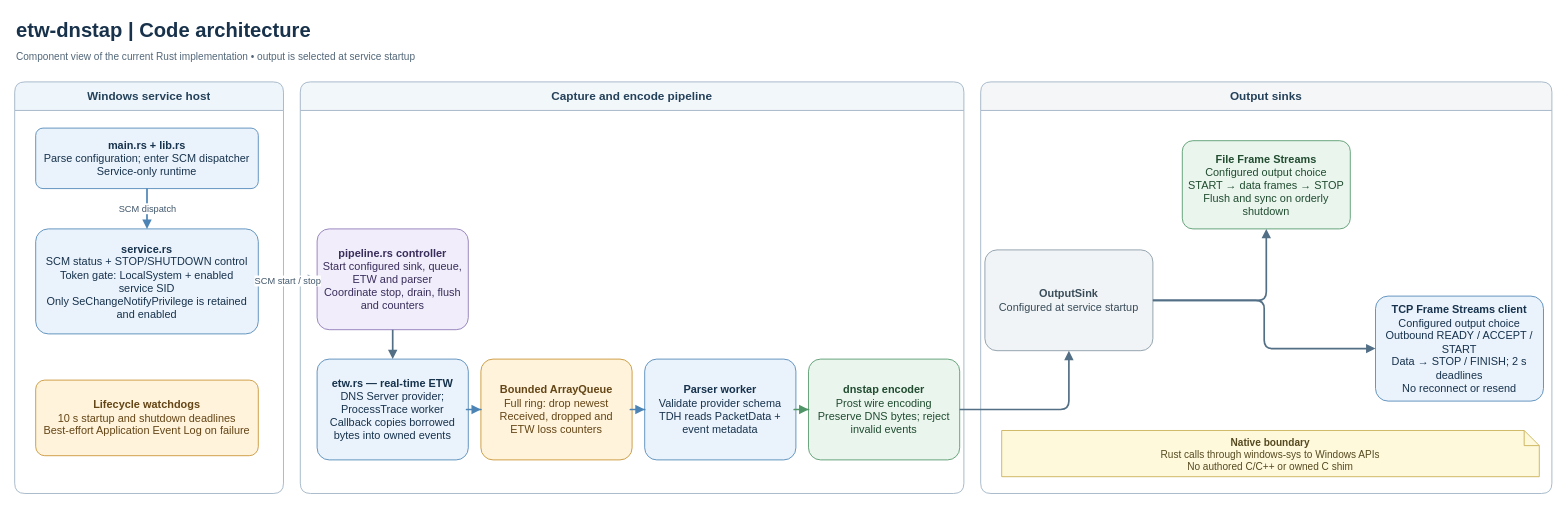
miketheitguy/etw-dnstap keeps this draw.io diagram as docs/diagrams/code-architecture.drawio. Above is the earlier version. Source tidied: cells renumbered, new cells numbered last; positions are measured from the earlier drawing's top-left corner, leaving out a move shared by most shapes. Both pictures are drawn from the tidied source at 84%, with x=0, y=0 at pixel (14, 14).
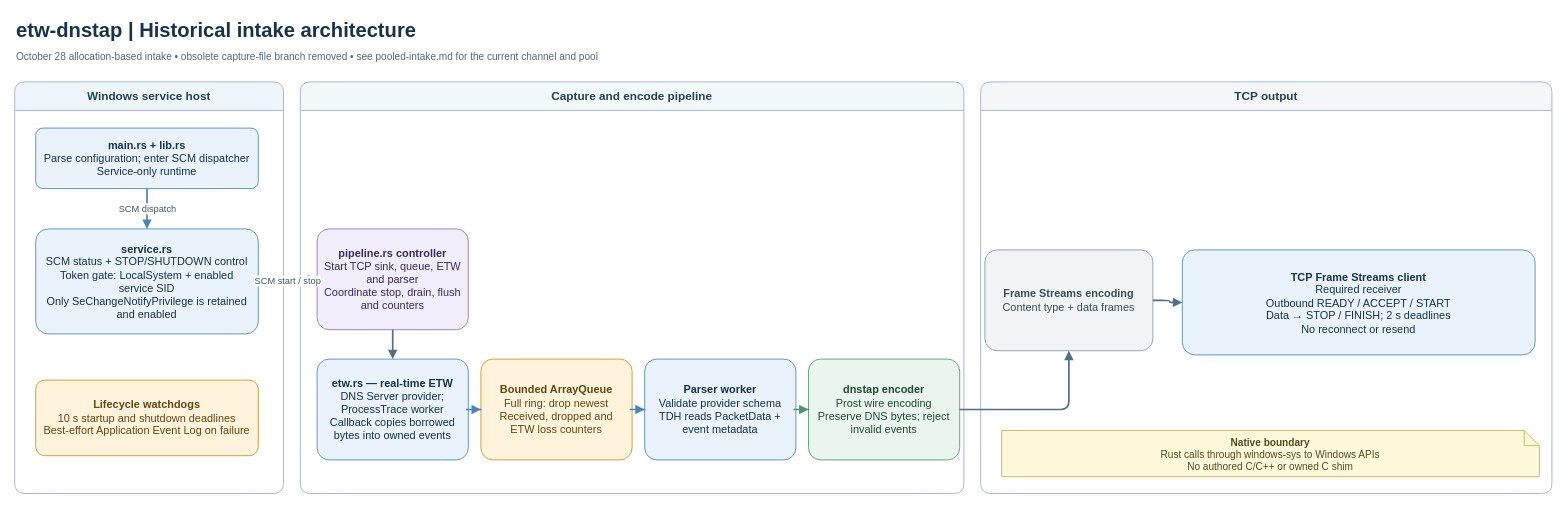
Above is the later version.

The edit, as a diff of the source:
```diff
@@
-    <mxCell id="2" value="etw-dnstap | Code architecture" style="text;align=left;verticalAlign=middle;fontSize=24;fontStyle=1;fontColor=#18324b;html=1;whiteSpace=wrap;overflow=hidden;" parent="1" vertex="1">
+    <mxCell id="2" value="etw-dnstap | Historical intake architecture" style="text;align=left;verticalAlign=middle;fontSize=24;fontStyle=1;fontColor=#18324b;html=1;whiteSpace=wrap;overflow=hidden;" parent="1" vertex="1">
       <mxGeometry width="1820" height="38" as="geometry" />
     </mxCell>
-    <mxCell id="3" value="Component view of the current Rust implementation • output is selected at service startup" style="text;align=left;verticalAlign=middle;fontSize=12;fontColor=#526779;html=1;whiteSpace=wrap;overflow=hidden;" parent="1" vertex="1">
+    <mxCell id="3" value="October 28 allocation-based intake • obsolete capture-file branch removed • see pooled-intake.md for the current channel and pool" style="text;align=left;verticalAlign=middle;fontSize=12;fontColor=#526779;html=1;whiteSpace=wrap;overflow=hidden;" parent="1" vertex="1">
       <mxGeometry y="38" width="1820" height="25" as="geometry" />
     </mxCell>
@@
-    <mxCell id="6" value="Output sinks" style="swimlane;startSize=34;rounded=1;arcSize=12;fillColor=#f4f6f8;swimlaneFillColor=#ffffff;strokeColor=#9aafc1;fontColor=#24415a;fontStyle=1;fontSize=14;html=1;whiteSpace=wrap;overflow=hidden;" parent="1" vertex="1">
+    <mxCell id="6" value="TCP output" style="swimlane;startSize=34;rounded=1;arcSize=12;fillColor=#f4f6f8;swimlaneFillColor=#ffffff;strokeColor=#9aafc1;fontColor=#24415a;fontStyle=1;fontSize=14;html=1;whiteSpace=wrap;overflow=hidden;" parent="1" vertex="1">
       <mxGeometry x="1150" y="80" width="680" height="490" as="geometry" />
     </mxCell>
@@
-    <mxCell id="10" value="&lt;b&gt;pipeline.rs controller&lt;/b&gt;&lt;br&gt;Start configured sink, queue, ETW and parser&lt;br&gt;Coordinate stop, drain, flush and counters" style="rounded=1;arcSize=12;fillColor=#f1edfa;strokeColor=#8974b4;fontColor=#392d5b;fontSize=13;spacing=8;html=1;whiteSpace=wrap;overflow=hidden;" parent="1" vertex="1">
+    <mxCell id="10" value="&lt;b&gt;pipeline.rs controller&lt;/b&gt;&lt;br&gt;Start TCP sink, queue, ETW and parser&lt;br&gt;Coordinate stop, drain, flush and counters" style="rounded=1;arcSize=12;fillColor=#f1edfa;strokeColor=#8974b4;fontColor=#392d5b;fontSize=13;spacing=8;html=1;whiteSpace=wrap;overflow=hidden;" parent="1" vertex="1">
       <mxGeometry x="360" y="255" width="180" height="120" as="geometry" />
     </mxCell>
@@
-    <mxCell id="15" value="&lt;b&gt;File Frame Streams&lt;/b&gt;&lt;br&gt;Configured output choice&lt;br&gt;START → data frames → STOP&lt;br&gt;Flush and sync on orderly shutdown" style="rounded=1;arcSize=12;fillColor=#e9f5ed;strokeColor=#4f9567;fontColor=#214c30;fontSize=13;spacing=8;html=1;whiteSpace=wrap;overflow=hidden;" parent="1" vertex="1">
-      <mxGeometry x="1390" y="150" width="200" height="105" as="geometry" />
-    </mxCell>
-    <mxCell id="16" value="&lt;b&gt;TCP Frame Streams client&lt;/b&gt;&lt;br&gt;Configured output choice&lt;br&gt;Outbound READY / ACCEPT / START&lt;br&gt;Data → STOP / FINISH; 2 s deadlines&lt;br&gt;No reconnect or resend" style="rounded=1;arcSize=12;fillColor=#eaf3fb;strokeColor=#4b84b5;fontColor=#17324d;fontSize=13;spacing=8;html=1;whiteSpace=wrap;overflow=hidden;" parent="1" vertex="1">
-      <mxGeometry x="1620" y="335" width="200" height="125" as="geometry" />
+    <mxCell id="16" value="&lt;b&gt;TCP Frame Streams client&lt;/b&gt;&lt;br&gt;Required receiver&lt;br&gt;Outbound READY / ACCEPT / START&lt;br&gt;Data → STOP / FINISH; 2 s deadlines&lt;br&gt;No reconnect or resend" style="rounded=1;arcSize=12;fillColor=#eaf3fb;strokeColor=#4b84b5;fontColor=#17324d;fontSize=13;spacing=8;html=1;whiteSpace=wrap;overflow=hidden;" parent="1" vertex="1">
+      <mxGeometry x="1390" y="280" width="420" height="125" as="geometry" />
     </mxCell>
@@
-    <mxCell id="24" value="&lt;b&gt;OutputSink&lt;/b&gt;&lt;br&gt;Configured at service startup" style="rounded=1;arcSize=12;fillColor=#f1f4f6;strokeColor=#8395a3;fontColor=#394c59;fontSize=13;spacing=8;html=1;whiteSpace=wrap;overflow=hidden;" parent="1" vertex="1">
+    <mxCell id="24" value="&lt;b&gt;Frame Streams encoding&lt;/b&gt;&lt;br&gt;Content type + data frames" style="rounded=1;arcSize=12;fillColor=#f1f4f6;strokeColor=#8395a3;fontColor=#394c59;fontSize=13;spacing=8;html=1;whiteSpace=wrap;overflow=hidden;" parent="1" vertex="1">
       <mxGeometry x="1155" y="280" width="200" height="120" as="geometry" />
     </mxCell>
@@
-    <mxCell id="26" style="edgeStyle=orthogonalEdgeStyle;rounded=1;jettySize=auto;html=1;strokeColor=#526f86;strokeWidth=2;endArrow=block;endFill=1;fontSize=11;fontColor=#40566a;labelBackgroundColor=#ffffff;" parent="1" edge="1" source="24" target="15">
-      <mxGeometry relative="1" as="geometry" />
-    </mxCell>
```
